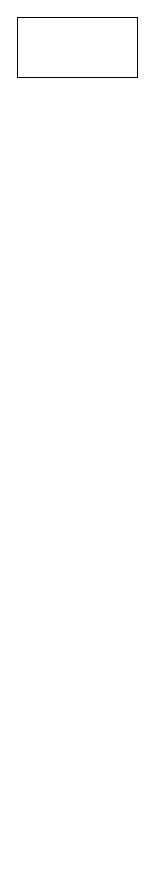
This is 未命名绘图.drawio from HaloBoys/Diagrams, a draw.io file, before an edit. Source tidied: cells renumbered, new cells numbered last; positions are measured from the earlier drawing's top-left corner, leaving out a move shared by most shapes. Both pictures are drawn from the tidied source at 100%, with x=0, y=0 at pixel (17, 17).
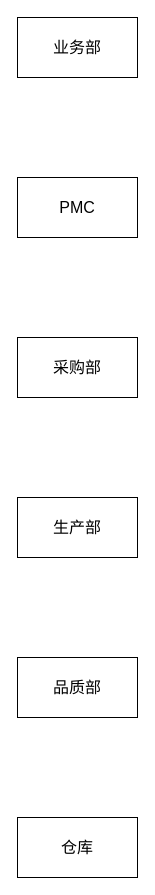
After the change.

Commit message:
金蝶云星空单据规划.drawio

Diff of the diagram source:
```diff
@@
 <mxGraphModel>
   <root>
     <mxCell id="0" />
     <mxCell id="1" parent="0" />
-    <mxCell id="2" style="rounded=0;whiteSpace=wrap;html=1;fontSize=16;" parent="1" vertex="1">
+    <mxCell id="2" value="业务部" style="rounded=0;whiteSpace=wrap;html=1;fontSize=16;" parent="1" vertex="1">
       <mxGeometry width="120" height="60" as="geometry" />
     </mxCell>
+    <mxCell id="3" value="PMC" style="rounded=0;whiteSpace=wrap;html=1;fontSize=16;" parent="1" vertex="1">
+      <mxGeometry y="160" width="120" height="60" as="geometry" />
+    </mxCell>
+    <mxCell id="4" value="采购部" style="rounded=0;whiteSpace=wrap;html=1;fontSize=16;" parent="1" vertex="1">
+      <mxGeometry y="320" width="120" height="60" as="geometry" />
+    </mxCell>
+    <mxCell id="5" value="生产部" style="rounded=0;whiteSpace=wrap;html=1;fontSize=16;" parent="1" vertex="1">
+      <mxGeometry y="480" width="120" height="60" as="geometry" />
+    </mxCell>
+    <mxCell id="6" value="品质部" style="rounded=0;whiteSpace=wrap;html=1;fontSize=16;" parent="1" vertex="1">
+      <mxGeometry y="640" width="120" height="60" as="geometry" />
+    </mxCell>
+    <mxCell id="7" value="仓库" style="rounded=0;whiteSpace=wrap;html=1;fontSize=16;" parent="1" vertex="1">
+      <mxGeometry y="800" width="120" height="60" as="geometry" />
+    </mxCell>
   </root>
 </mxGraphModel>
```
